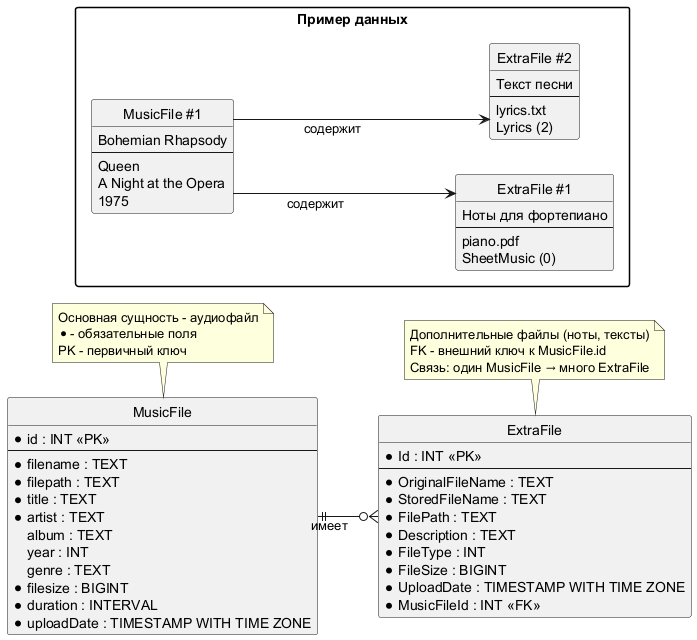
vaClev/MusicPlayer keeps this PlantUML diagram as Docs/MusicDatabaseSchema.png. Above is the earlier version. The source it was exported from:
```plantuml
@startuml MusicDatabaseSchema

hide circle
skinparam linetype ortho
skinparam packageStyle rectangle
left to right direction

entity MusicFile {
  * id : INT <<PK>>
  --
  * filename : TEXT
  * filepath : TEXT
  * title : TEXT
  * artist : TEXT
  album : TEXT
  year : INT
  genre : TEXT
  * filesize : BIGINT
  * duration : INTERVAL
  * uploadDate : TIMESTAMP WITH TIME ZONE
}

entity ExtraFile {
  * Id : INT <<PK>>
  --
  * OriginalFileName : TEXT
  * StoredFileName : TEXT
  * FilePath : TEXT
  * Description : TEXT
  * FileType : INT
  * FileSize : BIGINT
  * UploadDate : TIMESTAMP WITH TIME ZONE
  * MusicFileId : INT <<FK>>
}

MusicFile ||--o{ ExtraFile : "имеет"

note top of MusicFile
  Основная сущность - аудиофайл
  * - обязательные поля
  PK - первичный ключ
end note

note top of ExtraFile
  Дополнительные файлы (ноты, тексты)
  FK - внешний ключ к MusicFile.id
  Связь: один MusicFile → много ExtraFile
end note

package "Пример данных" {
  entity "MusicFile #1" as MF1 {
    Bohemian Rhapsody
    --
    Queen
    A Night at the Opera
    1975
  }

  entity "ExtraFile #1" as EF1 {
    Ноты для фортепиано
    --
    piano.pdf
    SheetMusic (0)
  }

  entity "ExtraFile #2" as EF2 {
    Текст песни
    --
    lyrics.txt
    Lyrics (2)
  }
}

MF1 --> EF1 : содержит
MF1 --> EF2 : содержит

@enduml
```
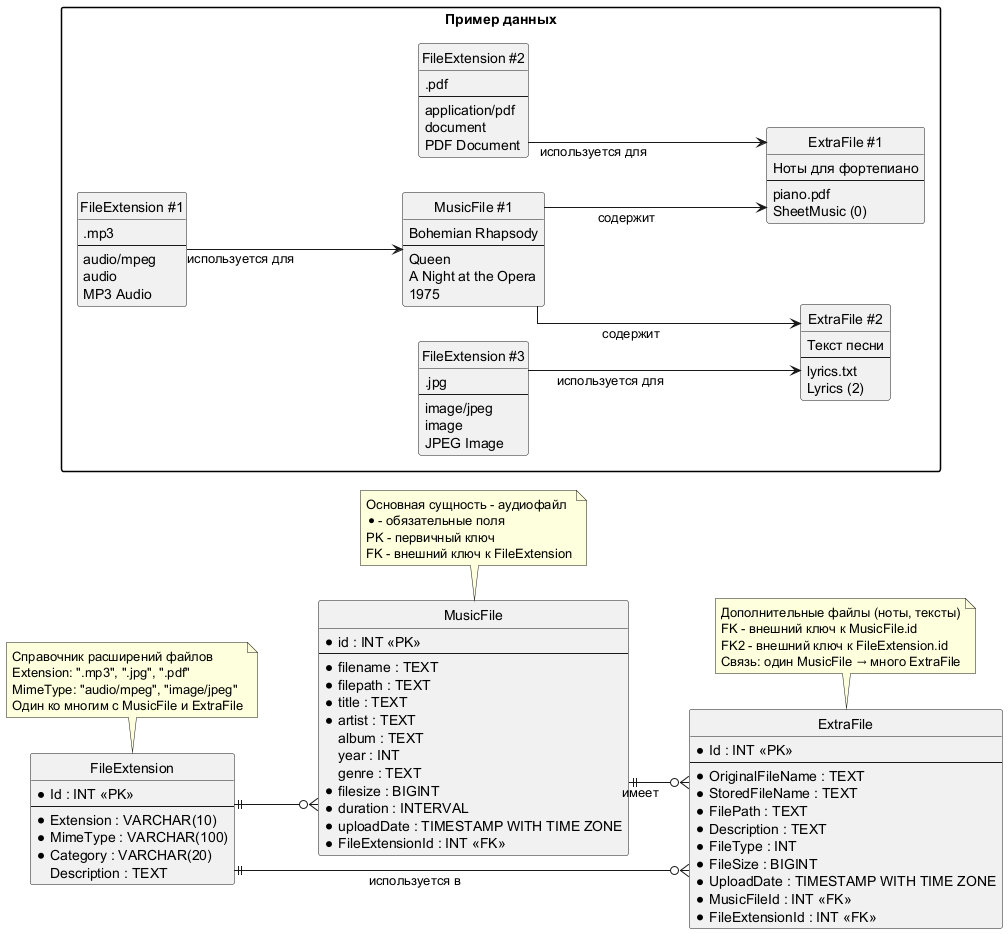
The same diagram one commit later.

Change to the diagram source:
```diff
@@ -18,6 +18,7 @@
   * filesize : BIGINT
   * duration : INTERVAL
   * uploadDate : TIMESTAMP WITH TIME ZONE
+  * FileExtensionId : INT <<FK>>
 }
 
 entity ExtraFile {
@@ -31,23 +32,68 @@
   * FileSize : BIGINT
   * UploadDate : TIMESTAMP WITH TIME ZONE
   * MusicFileId : INT <<FK>>
+  * FileExtensionId : INT <<FK>>
+}
+
+entity FileExtension {
+  * Id : INT <<PK>>
+  --
+  * Extension : VARCHAR(10)
+  * MimeType : VARCHAR(100)
+  * Category : VARCHAR(20)
+  Description : TEXT
 }
 
 MusicFile ||--o{ ExtraFile : "имеет"
+FileExtension ||--o{ MusicFile
+FileExtension ||--o{ ExtraFile : "используется в"
 
 note top of MusicFile
   Основная сущность - аудиофайл
   * - обязательные поля
   PK - первичный ключ
+  FK - внешний ключ к FileExtension
 end note
 
 note top of ExtraFile
   Дополнительные файлы (ноты, тексты)
   FK - внешний ключ к MusicFile.id
+  FK2 - внешний ключ к FileExtension.id
   Связь: один MusicFile → много ExtraFile
 end note
 
+note top of FileExtension
+  Справочник расширений файлов
+  Extension: ".mp3", ".jpg", ".pdf"
+  MimeType: "audio/mpeg", "image/jpeg"
+  Один ко многим с MusicFile и ExtraFile
+end note
+
 package "Пример данных" {
+   entity "FileExtension #1" as FE1 {
+    .mp3
+    --
+    audio/mpeg
+    audio
+    MP3 Audio
+  }
+
+  entity "FileExtension #2" as FE2 {
+    .pdf
+    --
+    application/pdf
+    document
+    PDF Document
+  }
+
+  entity "FileExtension #3" as FE3 {
+    .jpg
+    --
+    image/jpeg
+    image
+    JPEG Image
+  }
+
   entity "MusicFile #1" as MF1 {
     Bohemian Rhapsody
     --
@@ -71,7 +117,11 @@
   }
 }
 
+FE1 --> MF1 : используется для
 MF1 --> EF1 : содержит
 MF1 --> EF2 : содержит
+FE2 --> EF1 : используется для
+FE3 --> EF2 : используется для
+
 
 @enduml
```
